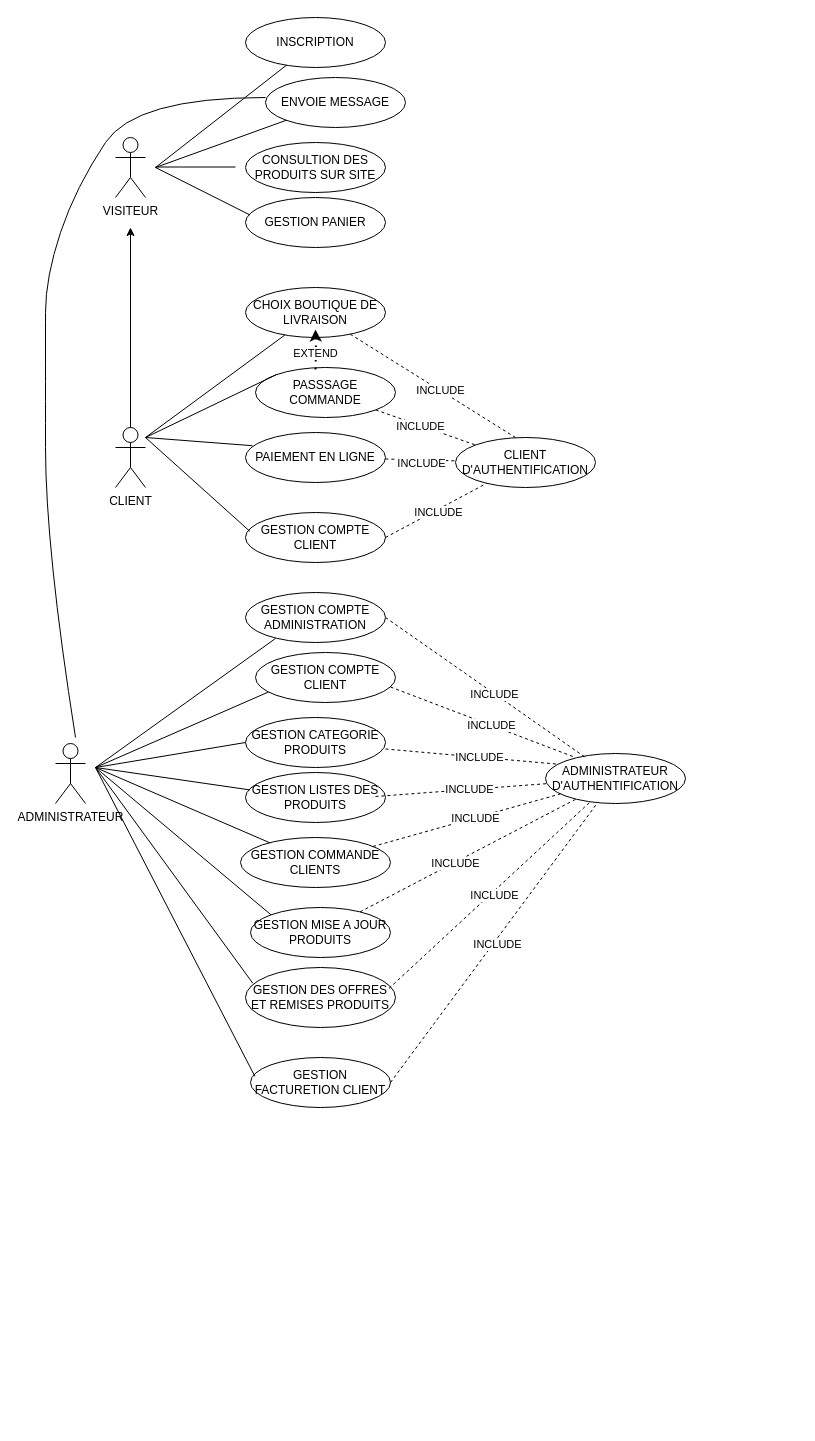
SAMIHKHADIJA/TEST keeps this draw.io diagram as Diagramme sans nom.drawio. Above is the earlier version. Source tidied: cells renumbered, new cells numbered last; positions are measured from the earlier drawing's top-left corner, leaving out a move shared by most shapes. Both pictures are drawn from the tidied source at 100%, with x=0, y=0 at pixel (45, 17).
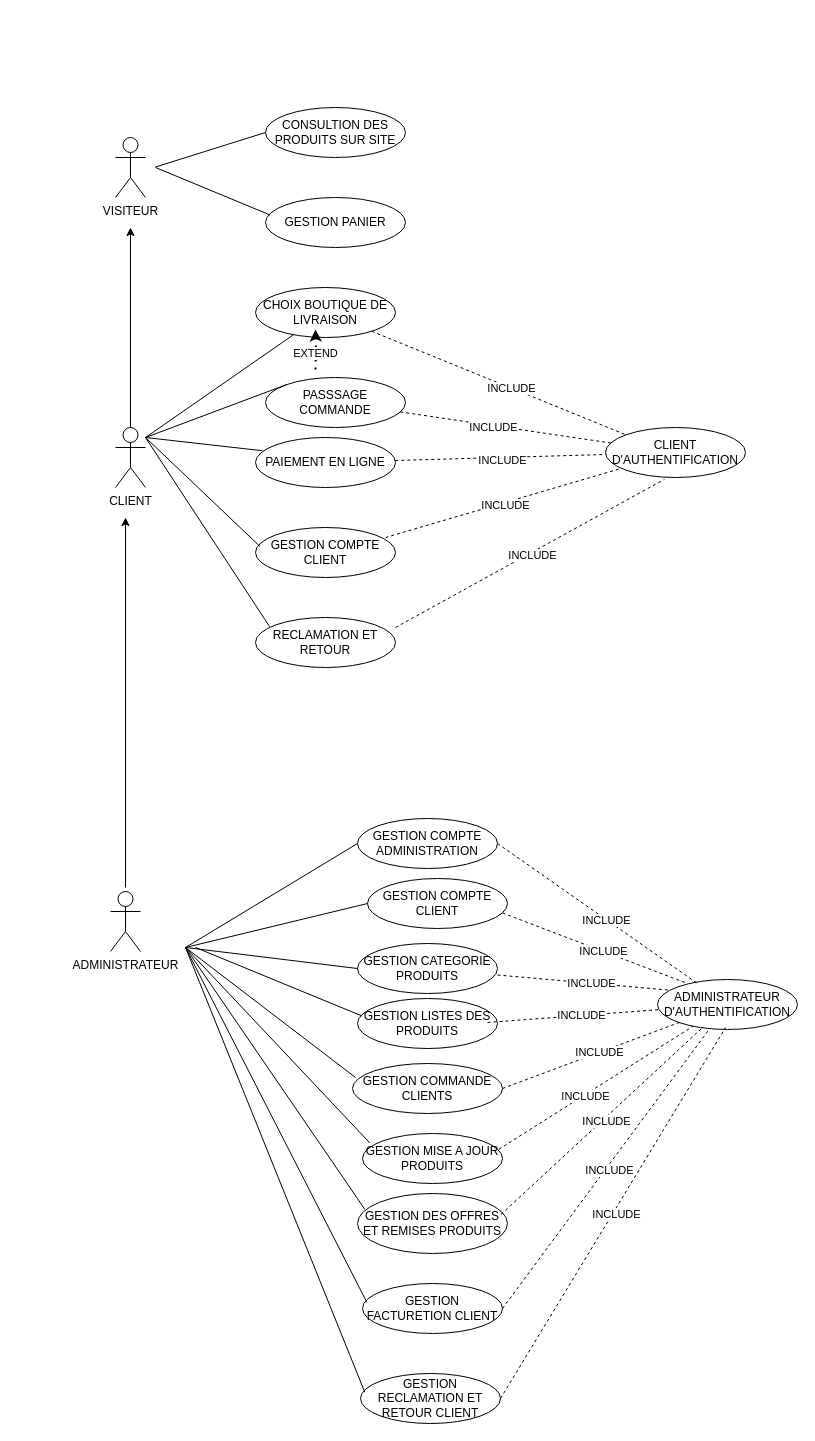
The same page after the edit.

Commit message (it also covers changes not shown here):
Mettre à jour Diagramme sans nom.drawio

Unchanged cells that the change refers to:
```xml
<mxCell id="50" style="endArrow=none;dashed=1;html=1;rounded=0;exitX=1;exitY=0.5;exitDx=0;exitDy=0;" parent="1" edge="1" source="39" target="37">
  <mxGeometry relative="1" as="geometry" />
</mxCell>
<mxCell id="53" style="endArrow=none;dashed=1;html=1;rounded=0;exitX=0.957;exitY=0.348;exitDx=0;exitDy=0;exitPerimeter=0;" parent="1" edge="1" source="38" target="37">
  <mxGeometry relative="1" as="geometry" />
</mxCell>
```

The edit, as a diff of the source:
```diff
@@
-    <mxCell id="3" value="INSCRIPTION" style="ellipse;whiteSpace=wrap;html=1;" parent="1" vertex="1">
-      <mxGeometry x="200" width="140" height="50" as="geometry" />
-    </mxCell>
     <mxCell id="4" value="CONSULTION DES PRODUITS SUR SITE" style="ellipse;whiteSpace=wrap;html=1;" parent="1" vertex="1">
-      <mxGeometry x="200" y="125" width="140" height="50" as="geometry" />
+      <mxGeometry x="220" y="90" width="140" height="50" as="geometry" />
     </mxCell>
     <mxCell id="5" value="GESTION PANIER" style="ellipse;whiteSpace=wrap;html=1;" parent="1" vertex="1">
-      <mxGeometry x="200" y="180" width="140" height="50" as="geometry" />
+      <mxGeometry x="220" y="180" width="140" height="50" as="geometry" />
     </mxCell>
     <mxCell id="6" value="PASSSAGE COMMANDE" style="ellipse;whiteSpace=wrap;html=1;" parent="1" vertex="1">
-      <mxGeometry x="210" y="350" width="140" height="50" as="geometry" />
+      <mxGeometry x="220" y="360" width="140" height="50" as="geometry" />
     </mxCell>
-    <mxCell id="7" value="ENVOIE MESSAGE" style="ellipse;whiteSpace=wrap;html=1;" parent="1" vertex="1">
-      <mxGeometry x="220" y="60" width="140" height="50" as="geometry" />
-    </mxCell>
     <mxCell id="8" value="CLIENT D'AUTHENTIFICATION" style="ellipse;whiteSpace=wrap;html=1;" parent="1" vertex="1">
-      <mxGeometry x="410" y="420" width="140" height="50" as="geometry" />
+      <mxGeometry x="560" y="410" width="140" height="50" as="geometry" />
     </mxCell>
     <mxCell id="9" value="PAIEMENT EN LIGNE" style="ellipse;whiteSpace=wrap;html=1;" parent="1" vertex="1">
-      <mxGeometry x="200" y="415" width="140" height="50" as="geometry" />
+      <mxGeometry x="210" y="420" width="140" height="50" as="geometry" />
     </mxCell>
     <mxCell id="10" value="GESTION COMPTE CLIENT" style="ellipse;whiteSpace=wrap;html=1;" parent="1" vertex="1">
-      <mxGeometry x="200" y="495" width="140" height="50" as="geometry" />
+      <mxGeometry x="210" y="510" width="140" height="50" as="geometry" />
     </mxCell>
     <mxCell id="11" value="CHOIX BOUTIQUE DE LIVRAISON" style="ellipse;whiteSpace=wrap;html=1;" parent="1" vertex="1">
-      <mxGeometry x="200" y="270" width="140" height="50" as="geometry" />
+      <mxGeometry x="210" y="270" width="140" height="50" as="geometry" />
     </mxCell>
@@
-    <mxCell id="13" style="endArrow=none;html=1;rounded=0;" parent="1" edge="1" target="7">
-      <mxGeometry relative="1" as="geometry">
-        <mxPoint x="110" y="150" as="sourcePoint" />
-      </mxGeometry>
-    </mxCell>
-    <mxCell id="14" style="endArrow=none;html=1;rounded=0;" parent="1" edge="1" target="3">
-      <mxGeometry relative="1" as="geometry">
-        <mxPoint x="110" y="150" as="sourcePoint" />
-      </mxGeometry>
-    </mxCell>
-    <mxCell id="15" style="endArrow=none;html=1;rounded=0;" parent="1" edge="1">
+    <mxCell id="15" style="endArrow=none;html=1;rounded=0;entryX=0;entryY=0.5;entryDx=0;entryDy=0;" parent="1" edge="1" target="4">
       <mxGeometry relative="1" as="geometry">
         <mxPoint x="110" y="149.5" as="sourcePoint" />
-        <mxPoint x="190" y="149.5" as="targetPoint" />
       </mxGeometry>
     </mxCell>
@@
-    <mxCell id="30" style="endArrow=none;dashed=1;html=1;rounded=0;" parent="1" edge="1" source="11">
-      <mxGeometry relative="1" as="geometry">
-        <mxPoint x="470" y="420" as="targetPoint" />
-      </mxGeometry>
+    <mxCell id="30" style="endArrow=none;dashed=1;html=1;rounded=0;entryX=0;entryY=0;entryDx=0;entryDy=0;" parent="1" edge="1" source="11" target="8">
+      <mxGeometry relative="1" as="geometry" />
     </mxCell>
@@
+    <mxCell id="67" value="RECLAMATION ET RETOUR" style="ellipse;whiteSpace=wrap;html=1;" parent="1" vertex="1">
+      <mxGeometry x="210" y="600" width="140" height="50" as="geometry" />
+    </mxCell>
     <mxCell id="32" value="GESTION COMPTE ADMINISTRATION" style="ellipse;whiteSpace=wrap;html=1;" parent="1" vertex="1">
-      <mxGeometry x="200" y="575" width="140" height="50" as="geometry" />
+      <mxGeometry x="312" y="801" width="140" height="50" as="geometry" />
     </mxCell>
     <mxCell id="33" value="GESTION CATEGORIE PRODUITS" style="ellipse;whiteSpace=wrap;html=1;" parent="1" vertex="1">
-      <mxGeometry x="200" y="700" width="140" height="50" as="geometry" />
+      <mxGeometry x="312" y="926" width="140" height="50" as="geometry" />
     </mxCell>
     <mxCell id="34" value="GESTION LISTES DES PRODUITS" style="ellipse;whiteSpace=wrap;html=1;" parent="1" vertex="1">
-      <mxGeometry x="200" y="755" width="140" height="50" as="geometry" />
+      <mxGeometry x="312" y="981" width="140" height="50" as="geometry" />
     </mxCell>
     <mxCell id="35" value="GESTION MISE A JOUR PRODUITS" style="ellipse;whiteSpace=wrap;html=1;" parent="1" vertex="1">
-      <mxGeometry x="205" y="890" width="140" height="50" as="geometry" />
+      <mxGeometry x="317" y="1116" width="140" height="50" as="geometry" />
     </mxCell>
     <mxCell id="36" value="GESTION COMPTE CLIENT" style="ellipse;whiteSpace=wrap;html=1;" parent="1" vertex="1">
-      <mxGeometry x="210" y="635" width="140" height="50" as="geometry" />
+      <mxGeometry x="322" y="861" width="140" height="50" as="geometry" />
     </mxCell>
     <mxCell id="37" value="ADMINISTRATEUR D'AUTHENTIFICATION" style="ellipse;whiteSpace=wrap;html=1;" parent="1" vertex="1">
-      <mxGeometry x="500" y="736" width="140" height="50" as="geometry" />
+      <mxGeometry x="612" y="962" width="140" height="50" as="geometry" />
     </mxCell>
     <mxCell id="38" value="GESTION DES OFFRES ET REMISES PRODUITS" style="ellipse;whiteSpace=wrap;html=1;" parent="1" vertex="1">
-      <mxGeometry x="200" y="950" width="150" height="60" as="geometry" />
+      <mxGeometry x="312" y="1176" width="150" height="60" as="geometry" />
     </mxCell>
     <mxCell id="39" value="GESTION FACTURETION CLIENT" style="ellipse;whiteSpace=wrap;html=1;" parent="1" vertex="1">
-      <mxGeometry x="205" y="1040" width="140" height="50" as="geometry" />
+      <mxGeometry x="317" y="1266" width="140" height="50" as="geometry" />
     </mxCell>
     <mxCell id="40" value="GESTION COMMANDE CLIENTS" style="ellipse;whiteSpace=wrap;html=1;" parent="1" vertex="1">
-      <mxGeometry x="195" y="820" width="150" height="50" as="geometry" />
+      <mxGeometry x="307" y="1046" width="150" height="50" as="geometry" />
     </mxCell>
-    <mxCell id="41" style="endArrow=none;html=1;rounded=0;entryX=0.091;entryY=0.792;entryDx=0;entryDy=0;entryPerimeter=0;" parent="1" edge="1" target="36">
-      <mxGeometry relative="1" as="geometry">
-        <mxPoint x="50" y="750" as="sourcePoint" />
-      </mxGeometry>
-    </mxCell>
-    <mxCell id="42" style="endArrow=none;html=1;rounded=0;entryX=0.214;entryY=0.92;entryDx=0;entryDy=0;entryPerimeter=0;" parent="1" edge="1" target="32">
-      <mxGeometry relative="1" as="geometry">
-        <mxPoint x="50" y="750" as="sourcePoint" />
-      </mxGeometry>
-    </mxCell>
-    <mxCell id="43" style="endArrow=none;html=1;rounded=0;entryX=0;entryY=0.5;entryDx=0;entryDy=0;" parent="1" edge="1" target="33">
-      <mxGeometry relative="1" as="geometry">
-        <mxPoint x="50" y="750" as="sourcePoint" />
-      </mxGeometry>
-    </mxCell>
-    <mxCell id="44" style="endArrow=none;html=1;rounded=0;entryX=0.031;entryY=0.348;entryDx=0;entryDy=0;entryPerimeter=0;" parent="1" edge="1" target="34">
-      <mxGeometry relative="1" as="geometry">
-        <mxPoint x="50" y="750" as="sourcePoint" />
-      </mxGeometry>
-    </mxCell>
-    <mxCell id="45" style="endArrow=none;html=1;rounded=0;entryX=0;entryY=0;entryDx=0;entryDy=0;" parent="1" edge="1" target="35">
-      <mxGeometry relative="1" as="geometry">
-        <mxPoint x="50" y="750" as="sourcePoint" />
-      </mxGeometry>
-    </mxCell>
-    <mxCell id="46" style="endArrow=none;html=1;rounded=0;" parent="1" edge="1" target="40">
-      <mxGeometry relative="1" as="geometry">
-        <mxPoint x="50" y="750" as="sourcePoint" />
-      </mxGeometry>
-    </mxCell>
-    <mxCell id="47" style="endArrow=none;html=1;rounded=0;entryX=0.049;entryY=0.264;entryDx=0;entryDy=0;entryPerimeter=0;" parent="1" edge="1" target="38">
-      <mxGeometry relative="1" as="geometry">
-        <mxPoint x="50" y="750" as="sourcePoint" />
-      </mxGeometry>
-    </mxCell>
+    <mxCell id="68" style="endArrow=none;html=1;rounded=0;entryX=0;entryY=0.5;entryDx=0;entryDy=0;" parent="1" edge="1" target="36">
+      <mxGeometry relative="1" as="geometry">
+        <mxPoint x="140" y="930" as="sourcePoint" />
+      </mxGeometry>
+    </mxCell>
+    <mxCell id="69" style="endArrow=none;html=1;rounded=0;entryX=0;entryY=0.5;entryDx=0;entryDy=0;" parent="1" edge="1" target="32">
+      <mxGeometry relative="1" as="geometry">
+        <mxPoint x="140" y="930" as="sourcePoint" />
+      </mxGeometry>
+    </mxCell>
+    <mxCell id="70" style="endArrow=none;html=1;rounded=0;entryX=0;entryY=0.5;entryDx=0;entryDy=0;" parent="1" edge="1" target="33">
+      <mxGeometry relative="1" as="geometry">
+        <mxPoint x="140" y="930" as="sourcePoint" />
+      </mxGeometry>
+    </mxCell>
+    <mxCell id="71" style="endArrow=none;html=1;rounded=0;entryX=0.031;entryY=0.348;entryDx=0;entryDy=0;entryPerimeter=0;" parent="1" edge="1" target="34">
+      <mxGeometry relative="1" as="geometry">
+        <mxPoint x="150" y="930" as="sourcePoint" />
+      </mxGeometry>
+    </mxCell>
+    <mxCell id="72" style="endArrow=none;html=1;rounded=0;entryX=0.052;entryY=0.188;entryDx=0;entryDy=0;entryPerimeter=0;" parent="1" edge="1" target="35">
+      <mxGeometry relative="1" as="geometry">
+        <mxPoint x="140" y="930" as="sourcePoint" />
+      </mxGeometry>
+    </mxCell>
+    <mxCell id="73" style="endArrow=none;html=1;rounded=0;" parent="1" edge="1">
+      <mxGeometry relative="1" as="geometry">
+        <mxPoint x="140" y="930" as="sourcePoint" />
+        <mxPoint x="310" y="1060" as="targetPoint" />
+      </mxGeometry>
+    </mxCell>
+    <mxCell id="74" style="endArrow=none;html=1;rounded=0;entryX=0.049;entryY=0.264;entryDx=0;entryDy=0;entryPerimeter=0;" parent="1" edge="1" target="38">
+      <mxGeometry relative="1" as="geometry">
+        <mxPoint x="140" y="930" as="sourcePoint" />
+      </mxGeometry>
+    </mxCell>
-    <mxCell id="48" style="endArrow=none;dashed=1;html=1;rounded=0;" parent="1" edge="1" source="35" target="37">
+    <mxCell id="48" style="endArrow=none;dashed=1;html=1;rounded=0;exitX=0.974;exitY=0.316;exitDx=0;exitDy=0;exitPerimeter=0;" parent="1" edge="1" source="35" target="37">
       <mxGeometry relative="1" as="geometry" />
     </mxCell>
-    <mxCell id="49" value="INCLUDE" style="edgeLabel;html=1;align=center;verticalAlign=middle;" parent="48" vertex="1">
-      <mxGeometry x="-0.12" y="-1" relative="1" as="geometry" />
-    </mxCell>
+    <mxCell id="75" value="INCLUDE" style="edgeLabel;html=1;align=center;verticalAlign=middle;" parent="48" vertex="1">
+      <mxGeometry x="-0.12" y="-1" relative="1" as="geometry" />
+    </mxCell>
@@
-    <mxCell id="51" value="INCLUDE" style="edgeLabel;html=1;align=center;verticalAlign=middle;" parent="50" vertex="1">
-      <mxGeometry y="-2" relative="1" as="geometry">
-        <mxPoint x="1" as="offset" />
-      </mxGeometry>
-    </mxCell>
-    <mxCell id="52" style="endArrow=none;html=1;rounded=0;entryX=0.031;entryY=0.376;entryDx=0;entryDy=0;entryPerimeter=0;" parent="1" edge="1" target="39">
-      <mxGeometry relative="1" as="geometry">
-        <mxPoint x="50" y="750" as="sourcePoint" />
-      </mxGeometry>
-    </mxCell>
+    <mxCell id="76" value="INCLUDE" style="edgeLabel;html=1;align=center;verticalAlign=middle;" parent="50" vertex="1">
+      <mxGeometry y="-2" relative="1" as="geometry">
+        <mxPoint x="1" as="offset" />
+      </mxGeometry>
+    </mxCell>
+    <mxCell id="77" style="endArrow=none;html=1;rounded=0;entryX=0.031;entryY=0.376;entryDx=0;entryDy=0;entryPerimeter=0;" parent="1" edge="1" target="39">
+      <mxGeometry relative="1" as="geometry">
+        <mxPoint x="140" y="930" as="sourcePoint" />
+      </mxGeometry>
+    </mxCell>
@@
-    <mxCell id="54" value="INCLUDE" style="edgeLabel;html=1;align=center;verticalAlign=middle;" parent="53" vertex="1">
-      <mxGeometry x="0.02" y="-3" relative="1" as="geometry" />
-    </mxCell>
+    <mxCell id="78" value="INCLUDE" style="edgeLabel;html=1;align=center;verticalAlign=middle;" parent="53" vertex="1">
+      <mxGeometry x="0.02" y="-3" relative="1" as="geometry" />
+    </mxCell>
-    <mxCell id="55" style="endArrow=none;dashed=1;html=1;rounded=0;" parent="1" edge="1" source="40" target="37">
+    <mxCell id="55" style="endArrow=none;dashed=1;html=1;rounded=0;exitX=1;exitY=0.5;exitDx=0;exitDy=0;" parent="1" edge="1" source="40" target="37">
       <mxGeometry relative="1" as="geometry" />
     </mxCell>
-    <mxCell id="56" value="INCLUDE" style="edgeLabel;html=1;align=center;verticalAlign=middle;" parent="55" vertex="1">
-      <mxGeometry x="0.09" relative="1" as="geometry" />
-    </mxCell>
+    <mxCell id="79" value="INCLUDE" style="edgeLabel;html=1;align=center;verticalAlign=middle;" parent="55" vertex="1">
+      <mxGeometry x="0.09" relative="1" as="geometry" />
+    </mxCell>
+    <mxCell id="80" style="endArrow=none;dashed=1;html=1;rounded=0;" parent="1" edge="1" target="37">
+      <mxGeometry relative="1" as="geometry">
+        <mxPoint x="442" y="1005" as="sourcePoint" />
+      </mxGeometry>
+    </mxCell>
+    <mxCell id="81" value="INCLUDE" style="edgeLabel;html=1;align=center;verticalAlign=middle;" parent="80" vertex="1">
+      <mxGeometry x="0.09" relative="1" as="geometry" />
+    </mxCell>
+    <mxCell id="82" style="endArrow=none;dashed=1;html=1;rounded=0;entryX=0.083;entryY=0.212;entryDx=0;entryDy=0;entryPerimeter=0;" parent="1" edge="1" target="37">
+      <mxGeometry relative="1" as="geometry">
+        <mxPoint x="452" y="957.5" as="sourcePoint" />
+      </mxGeometry>
+    </mxCell>
+    <mxCell id="83" value="INCLUDE" style="edgeLabel;html=1;align=center;verticalAlign=middle;" parent="82" vertex="1">
+      <mxGeometry x="0.09" relative="1" as="geometry" />
+    </mxCell>
+    <mxCell id="84" style="endArrow=none;dashed=1;html=1;rounded=0;entryX=0.214;entryY=0.08;entryDx=0;entryDy=0;entryPerimeter=0;" parent="1" edge="1" target="37">
+      <mxGeometry relative="1" as="geometry">
+        <mxPoint x="457" y="895.5" as="sourcePoint" />
+      </mxGeometry>
+    </mxCell>
+    <mxCell id="85" value="INCLUDE" style="edgeLabel;html=1;align=center;verticalAlign=middle;" parent="84" vertex="1">
+      <mxGeometry x="0.09" relative="1" as="geometry" />
+    </mxCell>
+    <mxCell id="86" style="endArrow=none;dashed=1;html=1;rounded=0;entryX=0.286;entryY=0.08;entryDx=0;entryDy=0;entryPerimeter=0;" parent="1" edge="1" target="37">
+      <mxGeometry relative="1" as="geometry">
+        <mxPoint x="452" y="826" as="sourcePoint" />
+      </mxGeometry>
+    </mxCell>
+    <mxCell id="87" value="INCLUDE" style="edgeLabel;html=1;align=center;verticalAlign=middle;" parent="86" vertex="1">
+      <mxGeometry x="0.09" relative="1" as="geometry" />
+    </mxCell>
     <mxCell id="57" value="ADMINISTRATEUR" style="shape=umlActor;verticalLabelPosition=bottom;verticalAlign=top;html=1;" parent="1" vertex="1">
-      <mxGeometry x="10" y="726" width="30" height="60" as="geometry" />
+      <mxGeometry x="65" y="874" width="30" height="60" as="geometry" />
     </mxCell>
-    <mxCell id="58" style="curved=1;endArrow=none;html=1;rounded=0;&#10;&#10;&#10;endArrow=none;html=1;rounded=0;entryX=0;entryY=0.4;entryDx=0;entryDy=0;entryPerimeter=0;" parent="1" edge="1" target="7">
-      <mxGeometry relative="1" as="geometry">
-        <mxPoint x="30" y="720" as="sourcePoint" />
-        <Array as="points">
-          <mxPoint y="530" />
-          <mxPoint y="330" />
-          <mxPoint y="260" />
-          <mxPoint x="30" y="170" />
-          <mxPoint x="90" y="80" />
-        </Array>
-      </mxGeometry>
-    </mxCell>
-    <mxCell id="59" style="endArrow=none;dashed=1;html=1;rounded=0;" parent="1" edge="1" target="37">
-      <mxGeometry relative="1" as="geometry">
-        <mxPoint x="330" y="779" as="sourcePoint" />
-      </mxGeometry>
-    </mxCell>
-    <mxCell id="60" value="INCLUDE" style="edgeLabel;html=1;align=center;verticalAlign=middle;" parent="59" vertex="1">
-      <mxGeometry x="0.09" relative="1" as="geometry" />
-    </mxCell>
-    <mxCell id="61" style="endArrow=none;dashed=1;html=1;rounded=0;entryX=0.083;entryY=0.212;entryDx=0;entryDy=0;entryPerimeter=0;" parent="1" edge="1" target="37">
-      <mxGeometry relative="1" as="geometry">
-        <mxPoint x="340" y="731.5" as="sourcePoint" />
-      </mxGeometry>
-    </mxCell>
-    <mxCell id="62" value="INCLUDE" style="edgeLabel;html=1;align=center;verticalAlign=middle;" parent="61" vertex="1">
-      <mxGeometry x="0.09" relative="1" as="geometry" />
-    </mxCell>
-    <mxCell id="63" style="endArrow=none;dashed=1;html=1;rounded=0;entryX=0.214;entryY=0.08;entryDx=0;entryDy=0;entryPerimeter=0;" parent="1" edge="1" target="37">
-      <mxGeometry relative="1" as="geometry">
-        <mxPoint x="345" y="669.5" as="sourcePoint" />
-      </mxGeometry>
-    </mxCell>
-    <mxCell id="64" value="INCLUDE" style="edgeLabel;html=1;align=center;verticalAlign=middle;" parent="63" vertex="1">
-      <mxGeometry x="0.09" relative="1" as="geometry" />
-    </mxCell>
-    <mxCell id="65" style="endArrow=none;dashed=1;html=1;rounded=0;entryX=0.286;entryY=0.08;entryDx=0;entryDy=0;entryPerimeter=0;" parent="1" edge="1" target="37">
-      <mxGeometry relative="1" as="geometry">
-        <mxPoint x="340" y="600" as="sourcePoint" />
-      </mxGeometry>
-    </mxCell>
-    <mxCell id="66" value="INCLUDE" style="edgeLabel;html=1;align=center;verticalAlign=middle;" parent="65" vertex="1">
-      <mxGeometry x="0.09" relative="1" as="geometry" />
-    </mxCell>
+    <mxCell id="88" style="endArrow=none;dashed=1;html=1;rounded=0;entryX=0.421;entryY=1.036;entryDx=0;entryDy=0;entryPerimeter=0;exitX=1;exitY=0.2;exitDx=0;exitDy=0;exitPerimeter=0;" parent="1" edge="1" source="67" target="8">
+      <mxGeometry relative="1" as="geometry" />
+    </mxCell>
+    <mxCell id="89" value="INCLUDE" style="edgeLabel;html=1;align=center;verticalAlign=middle;" parent="88" vertex="1">
+      <mxGeometry y="-2" relative="1" as="geometry">
+        <mxPoint x="1" as="offset" />
+      </mxGeometry>
+    </mxCell>
+    <mxCell id="90" style="endArrow=none;html=1;rounded=0;entryX=0.031;entryY=0.376;entryDx=0;entryDy=0;entryPerimeter=0;" parent="1" edge="1">
+      <mxGeometry relative="1" as="geometry">
+        <mxPoint x="100" y="420" as="sourcePoint" />
+        <mxPoint x="224" y="609" as="targetPoint" />
+      </mxGeometry>
+    </mxCell>
+    <mxCell id="91" style="endArrow=classic;html=1;rounded=0;" parent="1" edge="1">
+      <mxGeometry relative="1" as="geometry">
+        <mxPoint x="80" y="870" as="sourcePoint" />
+        <mxPoint x="80" y="500" as="targetPoint" />
+      </mxGeometry>
+    </mxCell>
+    <mxCell id="92" value="GESTION RECLAMATION ET RETOUR CLIENT" style="ellipse;whiteSpace=wrap;html=1;" parent="1" vertex="1">
+      <mxGeometry x="315" y="1356" width="140" height="50" as="geometry" />
+    </mxCell>
+    <mxCell id="93" style="endArrow=none;dashed=1;html=1;rounded=0;exitX=1;exitY=0.5;exitDx=0;exitDy=0;entryX=0.486;entryY=0.96;entryDx=0;entryDy=0;entryPerimeter=0;" parent="1" edge="1" source="92" target="37">
+      <mxGeometry relative="1" as="geometry" />
+    </mxCell>
+    <mxCell id="94" value="INCLUDE" style="edgeLabel;html=1;align=center;verticalAlign=middle;" parent="93" vertex="1">
+      <mxGeometry y="-2" relative="1" as="geometry">
+        <mxPoint x="1" as="offset" />
+      </mxGeometry>
+    </mxCell>
+    <mxCell id="95" style="endArrow=none;html=1;rounded=0;entryX=0.031;entryY=0.376;entryDx=0;entryDy=0;entryPerimeter=0;" parent="1" edge="1" target="92">
+      <mxGeometry relative="1" as="geometry">
+        <mxPoint x="140" y="930" as="sourcePoint" />
+      </mxGeometry>
+    </mxCell>
```
